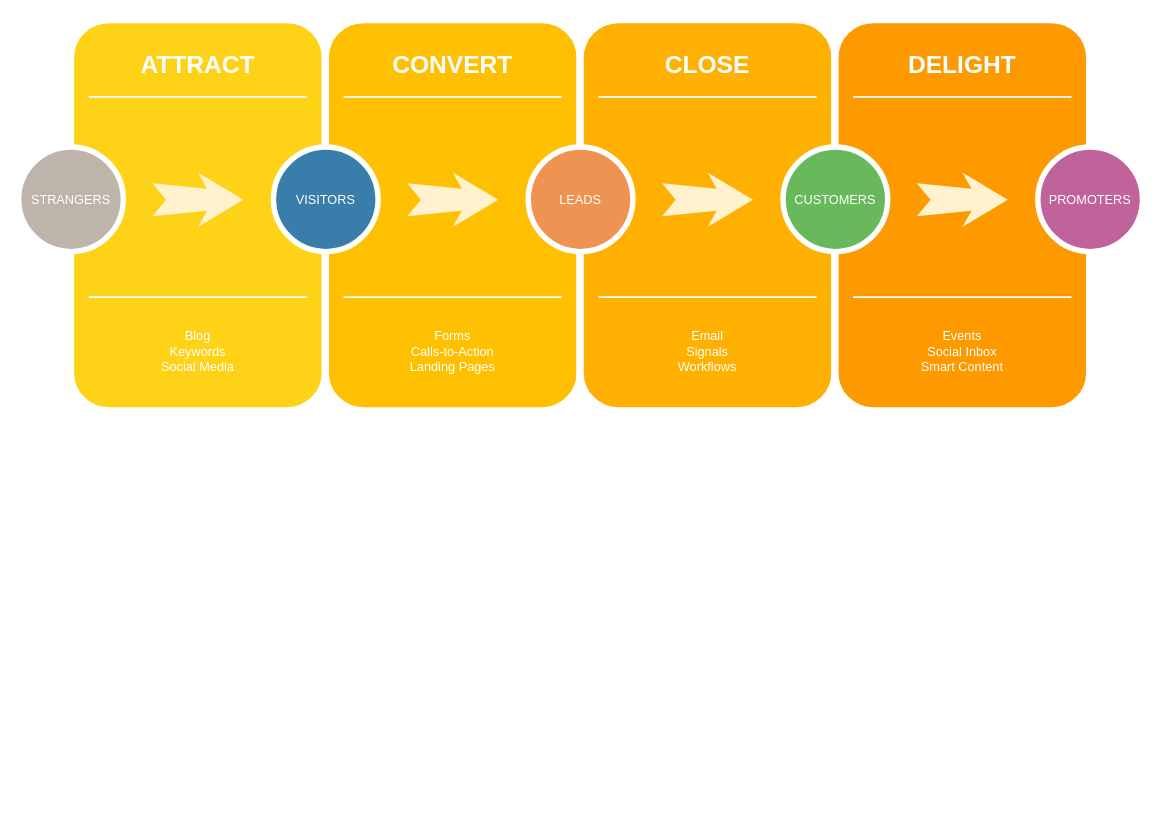
Before: data-archi-cpg.drawio in get2dd/hellospringboot, a draw.io diagram. Source tidied: cells renumbered, new cells numbered last; positions are measured from the earlier drawing's top-left corner, leaving out a move shared by most shapes. Both pictures are drawn from the tidied source at 91%, with x=0, y=0 at pixel (18, 19).
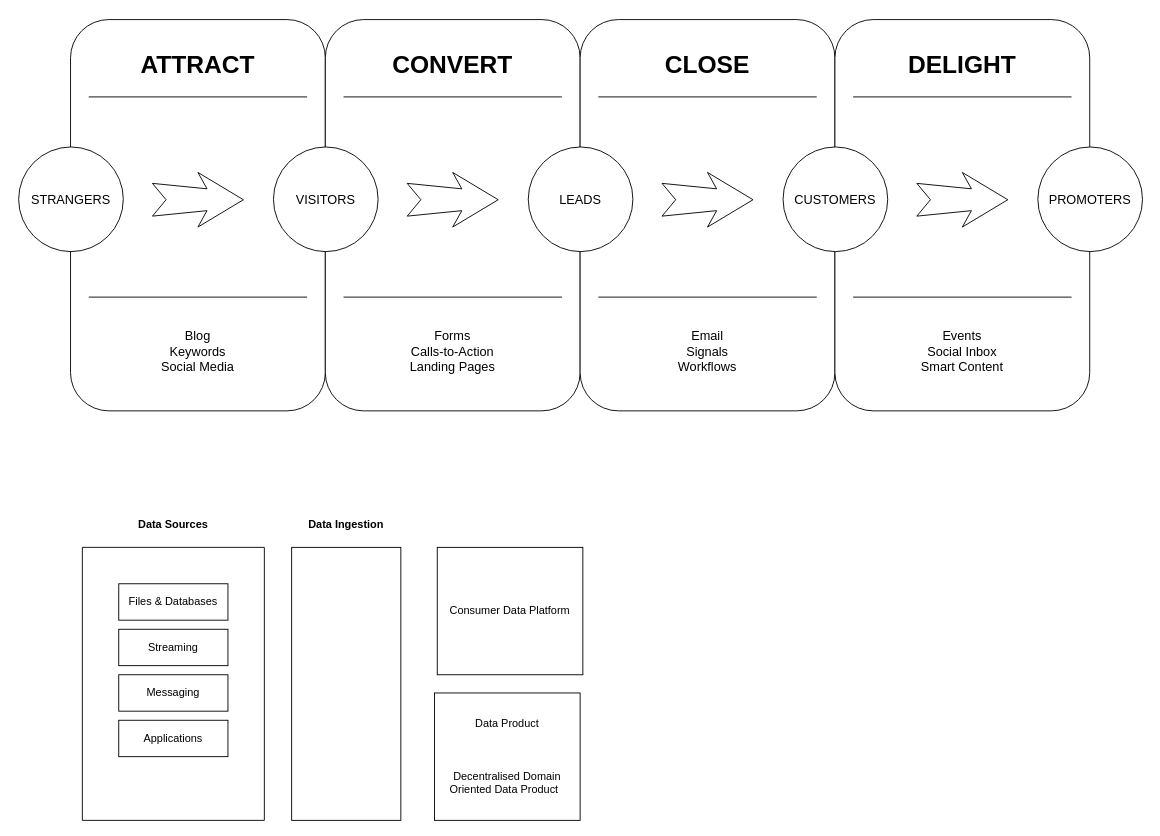
The same diagram, later.

The edit, as a diff of the source:
```diff
@@
-    <mxCell id="2" style="whiteSpace=wrap;html=1;rounded=1;shadow=0;strokeWidth=8;fontSize=20;align=center;fillColor=#FED217;strokeColor=#FFFFFF;" parent="1" vertex="1">
+    <mxCell id="2" style="whiteSpace=wrap;html=1;rounded=1;shadow=0;strokeWidth=1;fontSize=20;align=center;" parent="1" vertex="1">
       <mxGeometry x="57" width="280" height="430" as="geometry" />
     </mxCell>
-    <mxCell id="3" value="ATTRACT" style="text;html=1;strokeColor=none;fillColor=none;align=center;verticalAlign=middle;whiteSpace=wrap;rounded=0;shadow=0;fontSize=27;fontColor=#FFFFFF;fontStyle=1;" parent="1" vertex="1">
+    <mxCell id="3" value="ATTRACT" style="text;html=1;align=center;verticalAlign=middle;whiteSpace=wrap;rounded=0;shadow=0;fontSize=27;fontStyle=1;strokeWidth=1;" parent="1" vertex="1">
       <mxGeometry x="57" y="20" width="280" height="60" as="geometry" />
     </mxCell>
-    <mxCell id="4" value="Blog&lt;div&gt;Keywords&lt;/div&gt;&lt;div&gt;Social Media&lt;/div&gt;" style="text;html=1;strokeColor=none;fillColor=none;align=center;verticalAlign=middle;whiteSpace=wrap;rounded=0;shadow=0;fontSize=14;fontColor=#FFFFFF;" parent="1" vertex="1">
+    <mxCell id="4" value="Blog&lt;div&gt;Keywords&lt;/div&gt;&lt;div&gt;Social Media&lt;/div&gt;" style="text;html=1;align=center;verticalAlign=middle;whiteSpace=wrap;rounded=0;shadow=0;fontSize=14;strokeWidth=1;" parent="1" vertex="1">
       <mxGeometry x="57" y="320" width="280" height="90" as="geometry" />
     </mxCell>
-    <mxCell id="5" style="line;strokeWidth=2;html=1;rounded=0;shadow=0;fontSize=27;align=center;fillColor=none;strokeColor=#FFFFFF;" parent="1" vertex="1">
+    <mxCell id="5" style="line;strokeWidth=1;html=1;rounded=0;shadow=0;fontSize=27;align=center;" parent="1" vertex="1">
       <mxGeometry x="77" y="80" width="240" height="10" as="geometry" />
     </mxCell>
-    <mxCell id="6" style="line;strokeWidth=2;html=1;rounded=0;shadow=0;fontSize=27;align=center;fillColor=none;strokeColor=#FFFFFF;" parent="1" vertex="1">
+    <mxCell id="6" style="line;strokeWidth=1;html=1;rounded=0;shadow=0;fontSize=27;align=center;" parent="1" vertex="1">
       <mxGeometry x="77" y="300" width="240" height="10" as="geometry" />
     </mxCell>
-    <mxCell id="7" value="STRANGERS" style="ellipse;whiteSpace=wrap;html=1;rounded=0;shadow=0;strokeWidth=6;fontSize=14;align=center;fillColor=#BFB4A9;strokeColor=#FFFFFF;fontColor=#FFFFFF;" parent="1" vertex="1">
+    <mxCell id="7" value="STRANGERS" style="ellipse;whiteSpace=wrap;html=1;rounded=0;shadow=0;strokeWidth=1;fontSize=14;align=center;" parent="1" vertex="1">
       <mxGeometry y="140" width="115" height="115" as="geometry" />
     </mxCell>
-    <mxCell id="8" style="html=1;shadow=0;dashed=0;align=center;verticalAlign=middle;shape=mxgraph.arrows2.stylisedArrow;dy=0.6;dx=40;notch=15;feather=0.4;rounded=0;strokeWidth=1;fontSize=27;strokeColor=none;fillColor=#fff2cc;" parent="1" vertex="1">
+    <mxCell id="8" style="html=1;shadow=0;align=center;verticalAlign=middle;shape=mxgraph.arrows2.stylisedArrow;dy=0.6;dx=40;notch=15;feather=0.4;rounded=0;strokeWidth=1;fontSize=27;" parent="1" vertex="1">
       <mxGeometry x="147" y="168" width="100" height="60" as="geometry" />
     </mxCell>
-    <mxCell id="9" style="whiteSpace=wrap;html=1;rounded=1;shadow=0;strokeWidth=8;fontSize=20;align=center;fillColor=#FFC001;strokeColor=#FFFFFF;" parent="1" vertex="1">
+    <mxCell id="9" style="whiteSpace=wrap;html=1;rounded=1;shadow=0;strokeWidth=1;fontSize=20;align=center;" parent="1" vertex="1">
       <mxGeometry x="337" width="280" height="430" as="geometry" />
     </mxCell>
-    <mxCell id="10" value="CONVERT" style="text;html=1;strokeColor=none;fillColor=none;align=center;verticalAlign=middle;whiteSpace=wrap;rounded=0;shadow=0;fontSize=27;fontColor=#FFFFFF;fontStyle=1;" parent="1" vertex="1">
+    <mxCell id="10" value="CONVERT" style="text;html=1;align=center;verticalAlign=middle;whiteSpace=wrap;rounded=0;shadow=0;fontSize=27;fontStyle=1;strokeWidth=1;" parent="1" vertex="1">
       <mxGeometry x="337" y="20" width="280" height="60" as="geometry" />
     </mxCell>
-    <mxCell id="11" value="Forms&lt;div&gt;Calls-to-Action&lt;/div&gt;&lt;div&gt;Landing Pages&lt;/div&gt;" style="text;html=1;strokeColor=none;fillColor=none;align=center;verticalAlign=middle;whiteSpace=wrap;rounded=0;shadow=0;fontSize=14;fontColor=#FFFFFF;" parent="1" vertex="1">
+    <mxCell id="11" value="Forms&lt;div&gt;Calls-to-Action&lt;/div&gt;&lt;div&gt;Landing Pages&lt;/div&gt;" style="text;html=1;align=center;verticalAlign=middle;whiteSpace=wrap;rounded=0;shadow=0;fontSize=14;strokeWidth=1;" parent="1" vertex="1">
       <mxGeometry x="337" y="320" width="280" height="90" as="geometry" />
     </mxCell>
-    <mxCell id="12" style="line;strokeWidth=2;html=1;rounded=0;shadow=0;fontSize=27;align=center;fillColor=none;strokeColor=#FFFFFF;" parent="1" vertex="1">
+    <mxCell id="12" style="line;strokeWidth=1;html=1;rounded=0;shadow=0;fontSize=27;align=center;" parent="1" vertex="1">
       <mxGeometry x="357" y="80" width="240" height="10" as="geometry" />
     </mxCell>
-    <mxCell id="13" style="line;strokeWidth=2;html=1;rounded=0;shadow=0;fontSize=27;align=center;fillColor=none;strokeColor=#FFFFFF;" parent="1" vertex="1">
+    <mxCell id="13" style="line;strokeWidth=1;html=1;rounded=0;shadow=0;fontSize=27;align=center;" parent="1" vertex="1">
       <mxGeometry x="357" y="300" width="240" height="10" as="geometry" />
     </mxCell>
-    <mxCell id="14" value="VISITORS" style="ellipse;whiteSpace=wrap;html=1;rounded=0;shadow=0;strokeWidth=6;fontSize=14;align=center;fillColor=#397DAA;strokeColor=#FFFFFF;fontColor=#FFFFFF;" parent="1" vertex="1">
+    <mxCell id="14" value="VISITORS" style="ellipse;whiteSpace=wrap;html=1;rounded=0;shadow=0;strokeWidth=1;fontSize=14;align=center;" parent="1" vertex="1">
       <mxGeometry x="280" y="140" width="115" height="115" as="geometry" />
     </mxCell>
-    <mxCell id="15" style="html=1;shadow=0;dashed=0;align=center;verticalAlign=middle;shape=mxgraph.arrows2.stylisedArrow;dy=0.6;dx=40;notch=15;feather=0.4;rounded=0;strokeWidth=1;fontSize=27;strokeColor=none;fillColor=#fff2cc;" parent="1" vertex="1">
+    <mxCell id="15" style="html=1;shadow=0;align=center;verticalAlign=middle;shape=mxgraph.arrows2.stylisedArrow;dy=0.6;dx=40;notch=15;feather=0.4;rounded=0;strokeWidth=1;fontSize=27;" parent="1" vertex="1">
       <mxGeometry x="427" y="168" width="100" height="60" as="geometry" />
     </mxCell>
-    <mxCell id="16" style="whiteSpace=wrap;html=1;rounded=1;shadow=0;strokeWidth=8;fontSize=20;align=center;fillColor=#FFB001;strokeColor=#FFFFFF;" parent="1" vertex="1">
+    <mxCell id="16" style="whiteSpace=wrap;html=1;rounded=1;shadow=0;strokeWidth=1;fontSize=20;align=center;" parent="1" vertex="1">
       <mxGeometry x="617" width="280" height="430" as="geometry" />
     </mxCell>
-    <mxCell id="17" value="CLOSE" style="text;html=1;strokeColor=none;fillColor=none;align=center;verticalAlign=middle;whiteSpace=wrap;rounded=0;shadow=0;fontSize=27;fontColor=#FFFFFF;fontStyle=1;" parent="1" vertex="1">
+    <mxCell id="17" value="CLOSE" style="text;html=1;align=center;verticalAlign=middle;whiteSpace=wrap;rounded=0;shadow=0;fontSize=27;fontStyle=1;strokeWidth=1;" parent="1" vertex="1">
       <mxGeometry x="617" y="20" width="280" height="60" as="geometry" />
     </mxCell>
-    <mxCell id="18" value="Email&lt;div&gt;Signals&lt;/div&gt;&lt;div&gt;Workflows&lt;/div&gt;" style="text;html=1;strokeColor=none;fillColor=none;align=center;verticalAlign=middle;whiteSpace=wrap;rounded=0;shadow=0;fontSize=14;fontColor=#FFFFFF;" parent="1" vertex="1">
+    <mxCell id="18" value="Email&lt;div&gt;Signals&lt;/div&gt;&lt;div&gt;Workflows&lt;/div&gt;" style="text;html=1;align=center;verticalAlign=middle;whiteSpace=wrap;rounded=0;shadow=0;fontSize=14;strokeWidth=1;" parent="1" vertex="1">
       <mxGeometry x="617" y="320" width="280" height="90" as="geometry" />
     </mxCell>
-    <mxCell id="19" style="line;strokeWidth=2;html=1;rounded=0;shadow=0;fontSize=27;align=center;fillColor=none;strokeColor=#FFFFFF;" parent="1" vertex="1">
+    <mxCell id="19" style="line;strokeWidth=1;html=1;rounded=0;shadow=0;fontSize=27;align=center;" parent="1" vertex="1">
       <mxGeometry x="637" y="80" width="240" height="10" as="geometry" />
     </mxCell>
-    <mxCell id="20" style="line;strokeWidth=2;html=1;rounded=0;shadow=0;fontSize=27;align=center;fillColor=none;strokeColor=#FFFFFF;" parent="1" vertex="1">
+    <mxCell id="20" style="line;strokeWidth=1;html=1;rounded=0;shadow=0;fontSize=27;align=center;" parent="1" vertex="1">
       <mxGeometry x="637" y="300" width="240" height="10" as="geometry" />
     </mxCell>
-    <mxCell id="21" value="LEADS" style="ellipse;whiteSpace=wrap;html=1;rounded=0;shadow=0;strokeWidth=6;fontSize=14;align=center;fillColor=#EF9353;strokeColor=#FFFFFF;fontColor=#FFFFFF;" parent="1" vertex="1">
+    <mxCell id="21" value="LEADS" style="ellipse;whiteSpace=wrap;html=1;rounded=0;shadow=0;strokeWidth=1;fontSize=14;align=center;" parent="1" vertex="1">
       <mxGeometry x="560" y="140" width="115" height="115" as="geometry" />
     </mxCell>
-    <mxCell id="22" style="html=1;shadow=0;dashed=0;align=center;verticalAlign=middle;shape=mxgraph.arrows2.stylisedArrow;dy=0.6;dx=40;notch=15;feather=0.4;rounded=0;strokeWidth=1;fontSize=27;strokeColor=none;fillColor=#fff2cc;" parent="1" vertex="1">
+    <mxCell id="22" style="html=1;shadow=0;align=center;verticalAlign=middle;shape=mxgraph.arrows2.stylisedArrow;dy=0.6;dx=40;notch=15;feather=0.4;rounded=0;strokeWidth=1;fontSize=27;" parent="1" vertex="1">
       <mxGeometry x="707" y="168" width="100" height="60" as="geometry" />
     </mxCell>
-    <mxCell id="23" style="whiteSpace=wrap;html=1;rounded=1;shadow=0;strokeWidth=8;fontSize=20;align=center;fillColor=#FE9900;strokeColor=#FFFFFF;" parent="1" vertex="1">
+    <mxCell id="23" style="whiteSpace=wrap;html=1;rounded=1;shadow=0;strokeWidth=1;fontSize=20;align=center;" parent="1" vertex="1">
       <mxGeometry x="897" width="280" height="430" as="geometry" />
     </mxCell>
-    <mxCell id="24" value="DELIGHT" style="text;html=1;strokeColor=none;fillColor=none;align=center;verticalAlign=middle;whiteSpace=wrap;rounded=0;shadow=0;fontSize=27;fontColor=#FFFFFF;fontStyle=1;" parent="1" vertex="1">
+    <mxCell id="24" value="DELIGHT" style="text;html=1;align=center;verticalAlign=middle;whiteSpace=wrap;rounded=0;shadow=0;fontSize=27;fontStyle=1;strokeWidth=1;" parent="1" vertex="1">
       <mxGeometry x="897" y="20" width="280" height="60" as="geometry" />
     </mxCell>
-    <mxCell id="25" value="Events&lt;div&gt;Social Inbox&lt;/div&gt;&lt;div&gt;Smart Content&lt;/div&gt;" style="text;html=1;strokeColor=none;fillColor=none;align=center;verticalAlign=middle;whiteSpace=wrap;rounded=0;shadow=0;fontSize=14;fontColor=#FFFFFF;" parent="1" vertex="1">
+    <mxCell id="25" value="Events&lt;div&gt;Social Inbox&lt;/div&gt;&lt;div&gt;Smart Content&lt;/div&gt;" style="text;html=1;align=center;verticalAlign=middle;whiteSpace=wrap;rounded=0;shadow=0;fontSize=14;strokeWidth=1;" parent="1" vertex="1">
       <mxGeometry x="897" y="320" width="280" height="90" as="geometry" />
     </mxCell>
-    <mxCell id="26" style="line;strokeWidth=2;html=1;rounded=0;shadow=0;fontSize=27;align=center;fillColor=none;strokeColor=#FFFFFF;" parent="1" vertex="1">
+    <mxCell id="26" style="line;strokeWidth=1;html=1;rounded=0;shadow=0;fontSize=27;align=center;" parent="1" vertex="1">
       <mxGeometry x="917" y="80" width="240" height="10" as="geometry" />
     </mxCell>
-    <mxCell id="27" style="line;strokeWidth=2;html=1;rounded=0;shadow=0;fontSize=27;align=center;fillColor=none;strokeColor=#FFFFFF;" parent="1" vertex="1">
+    <mxCell id="27" style="line;strokeWidth=1;html=1;rounded=0;shadow=0;fontSize=27;align=center;" parent="1" vertex="1">
       <mxGeometry x="917" y="300" width="240" height="10" as="geometry" />
     </mxCell>
-    <mxCell id="28" value="CUSTOMERS" style="ellipse;whiteSpace=wrap;html=1;rounded=0;shadow=0;strokeWidth=6;fontSize=14;align=center;fillColor=#68B85C;strokeColor=#FFFFFF;fontColor=#FFFFFF;" parent="1" vertex="1">
+    <mxCell id="28" value="CUSTOMERS" style="ellipse;whiteSpace=wrap;html=1;rounded=0;shadow=0;strokeWidth=1;fontSize=14;align=center;" parent="1" vertex="1">
       <mxGeometry x="840" y="140" width="115" height="115" as="geometry" />
     </mxCell>
-    <mxCell id="29" style="html=1;shadow=0;dashed=0;align=center;verticalAlign=middle;shape=mxgraph.arrows2.stylisedArrow;dy=0.6;dx=40;notch=15;feather=0.4;rounded=0;strokeWidth=1;fontSize=27;strokeColor=none;fillColor=#fff2cc;" parent="1" vertex="1">
+    <mxCell id="29" style="html=1;shadow=0;align=center;verticalAlign=middle;shape=mxgraph.arrows2.stylisedArrow;dy=0.6;dx=40;notch=15;feather=0.4;rounded=0;strokeWidth=1;fontSize=27;" parent="1" vertex="1">
       <mxGeometry x="987" y="168" width="100" height="60" as="geometry" />
     </mxCell>
-    <mxCell id="30" value="PROMOTERS" style="ellipse;whiteSpace=wrap;html=1;rounded=0;shadow=0;strokeWidth=6;fontSize=14;align=center;fillColor=#BF639A;strokeColor=#FFFFFF;fontColor=#FFFFFF;" parent="1" vertex="1">
+    <mxCell id="30" value="PROMOTERS" style="ellipse;whiteSpace=wrap;html=1;rounded=0;shadow=0;strokeWidth=1;fontSize=14;align=center;" parent="1" vertex="1">
       <mxGeometry x="1120" y="140" width="115" height="115" as="geometry" />
     </mxCell>
+    <mxCell id="31" style="swimlane;startSize=0;" parent="1" vertex="1">
+      <mxGeometry x="70" y="580" width="200" height="300" as="geometry" />
+    </mxCell>
+    <mxCell id="32" value="Files &amp;amp; Databases" style="rounded=0;whiteSpace=wrap;html=1;strokeWidth=1;" parent="31" vertex="1">
+      <mxGeometry x="40" y="40" width="120" height="40" as="geometry" />
+    </mxCell>
+    <mxCell id="33" value="Streaming" style="rounded=0;whiteSpace=wrap;html=1;strokeWidth=1;" parent="31" vertex="1">
+      <mxGeometry x="40" y="90" width="120" height="40" as="geometry" />
+    </mxCell>
+    <mxCell id="34" value="Messaging" style="rounded=0;whiteSpace=wrap;html=1;strokeWidth=1;" parent="31" vertex="1">
+      <mxGeometry x="40" y="140" width="120" height="40" as="geometry" />
+    </mxCell>
+    <mxCell id="35" value="Applications" style="rounded=0;whiteSpace=wrap;html=1;strokeWidth=1;" parent="31" vertex="1">
+      <mxGeometry x="40" y="190" width="120" height="40" as="geometry" />
+    </mxCell>
+    <mxCell id="36" value="Data Ingestion" style="text;html=1;strokeColor=none;fillColor=none;align=center;verticalAlign=middle;whiteSpace=wrap;rounded=0;fontStyle=1;" parent="1" vertex="1">
+      <mxGeometry x="300" y="540" width="120" height="30" as="geometry" />
+    </mxCell>
+    <mxCell id="37" style="rounded=0;whiteSpace=wrap;html=1;strokeWidth=1;" parent="1" vertex="1">
+      <mxGeometry x="300" y="580" width="120" height="300" as="geometry" />
+    </mxCell>
+    <mxCell id="38" value="Data Sources" style="text;html=1;strokeColor=none;fillColor=none;align=center;verticalAlign=middle;whiteSpace=wrap;rounded=0;fontStyle=1;" parent="1" vertex="1">
+      <mxGeometry x="70" y="540" width="200" height="30" as="geometry" />
+    </mxCell>
+    <mxCell id="39" value="Consumer Data Platform" style="rounded=0;whiteSpace=wrap;html=1;strokeWidth=1;" parent="1" vertex="1">
+      <mxGeometry x="460" y="580" width="160" height="140" as="geometry" />
+    </mxCell>
+    <mxCell id="40" value="Data Product&lt;br&gt;&lt;br&gt;&lt;br&gt;&lt;br&gt;Decentralised Domain Oriented Data Product&amp;nbsp;&amp;nbsp;" style="rounded=0;whiteSpace=wrap;html=1;strokeWidth=1;" parent="1" vertex="1">
+      <mxGeometry x="457" y="740" width="160" height="140" as="geometry" />
+    </mxCell>
```
